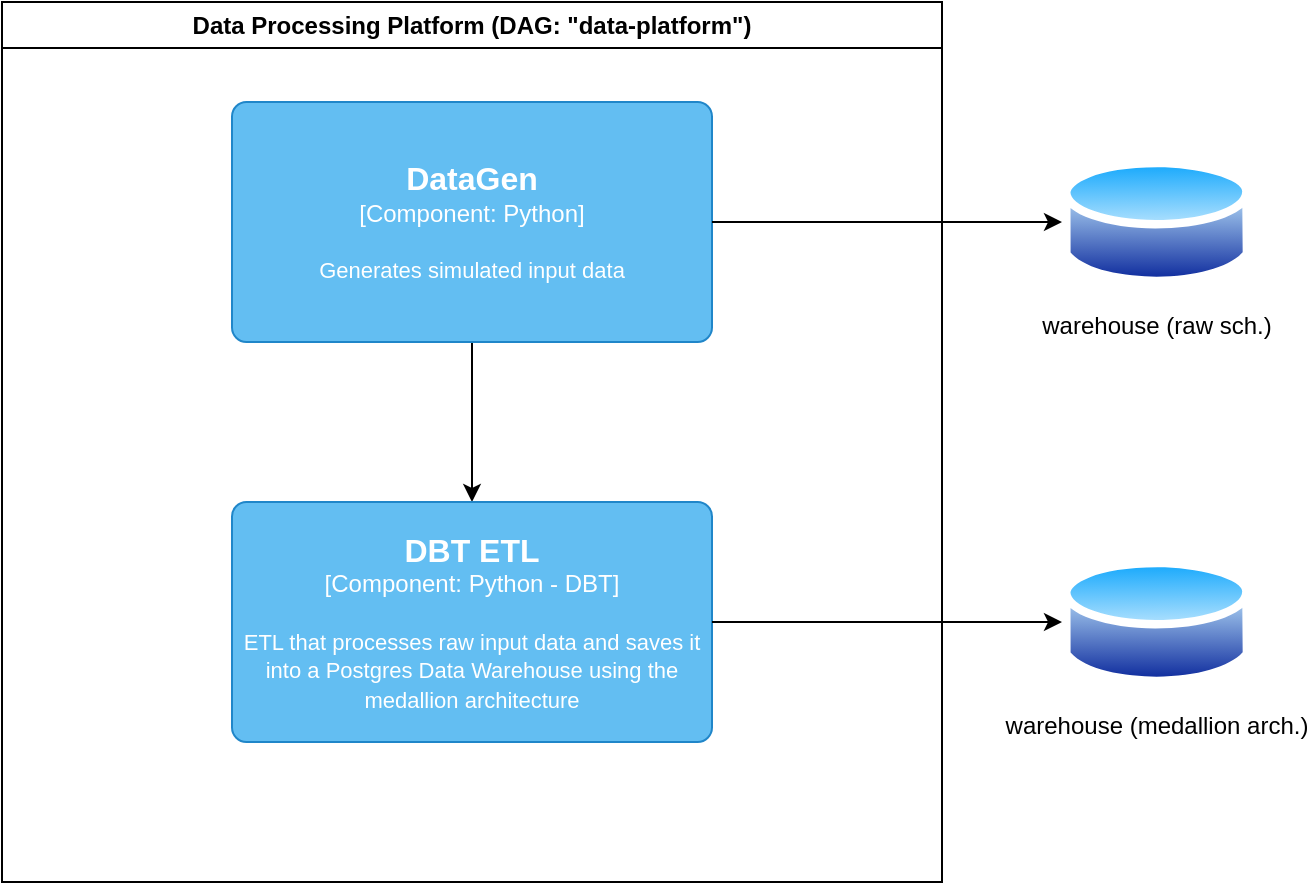
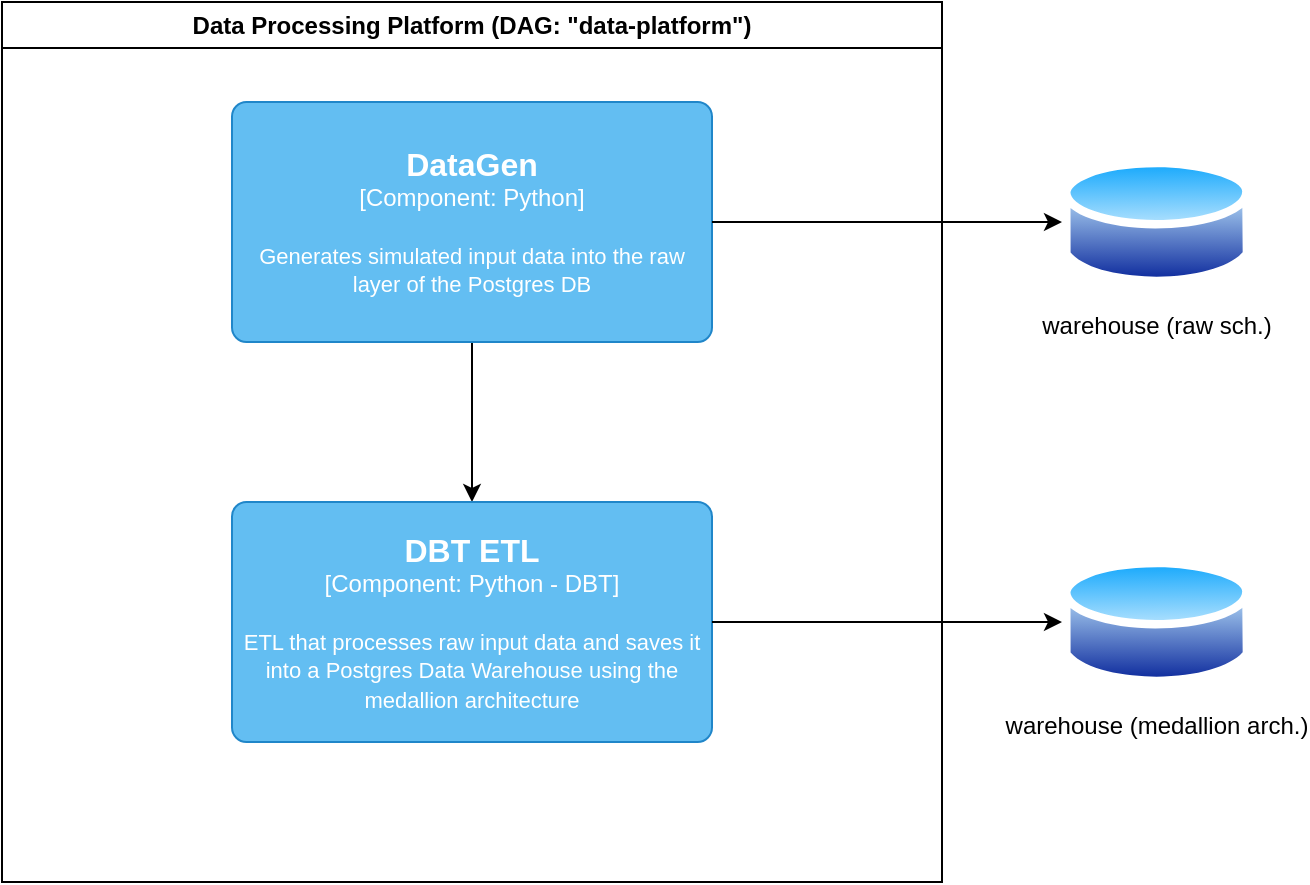
<mxfile host="65bd71144e">
    <diagram id="xYE2t8iVQX2xIOo_Cokw" name="Components">
        <mxGraphModel dx="606" dy="496" grid="1" gridSize="10" guides="1" tooltips="1" connect="1" arrows="1" fold="1" page="1" pageScale="1" pageWidth="850" pageHeight="1100" math="0" shadow="0">
            <root>
                <mxCell id="0"/>
                <mxCell id="1" parent="0"/>
                <mxCell id="3" value="Data Processing Platform (DAG: &quot;data-platform&quot;)" style="swimlane;whiteSpace=wrap;html=1;" parent="1" vertex="1">
                    <mxGeometry x="80" y="50" width="470" height="440" as="geometry"/>
                </mxCell>
-                 <mxCell id="5" style="edgeStyle=none;html=1;exitX=0.5;exitY=1;exitDx=0;exitDy=0;exitPerimeter=0;entryX=0.5;entryY=0;entryDx=0;entryDy=0;entryPerimeter=0;" edge="1" parent="3" source="2" target="4">
+                 <mxCell id="5" style="edgeStyle=none;html=1;exitX=0.5;exitY=1;exitDx=0;exitDy=0;exitPerimeter=0;entryX=0.5;entryY=0;entryDx=0;entryDy=0;entryPerimeter=0;" parent="3" source="2" target="4" edge="1">
                    <mxGeometry relative="1" as="geometry"/>
                </mxCell>
-                 <object placeholders="1" c4Name="DataGen" c4Type="Component" c4Technology="Python" c4Description="Generates simulated input data" label="&lt;font style=&quot;font-size: 16px&quot;&gt;&lt;b&gt;%c4Name%&lt;/b&gt;&lt;/font&gt;&lt;div&gt;[%c4Type%: %c4Technology%]&lt;/div&gt;&lt;br&gt;&lt;div&gt;&lt;font style=&quot;font-size: 11px&quot;&gt;%c4Description%&lt;/font&gt;&lt;/div&gt;" id="2">
+                 <object placeholders="1" c4Name="DataGen" c4Type="Component" c4Technology="Python" c4Description="Generates simulated input data into the raw layer of the Postgres DB" label="&lt;font style=&quot;font-size: 16px&quot;&gt;&lt;b&gt;%c4Name%&lt;/b&gt;&lt;/font&gt;&lt;div&gt;[%c4Type%: %c4Technology%]&lt;/div&gt;&lt;br&gt;&lt;div&gt;&lt;font style=&quot;font-size: 11px&quot;&gt;%c4Description%&lt;/font&gt;&lt;/div&gt;" id="2">
                    <mxCell style="rounded=1;whiteSpace=wrap;html=1;labelBackgroundColor=none;fillColor=#63BEF2;fontColor=#ffffff;align=center;arcSize=6;strokeColor=#2086C9;metaEdit=1;resizable=0;points=[[0.25,0,0],[0.5,0,0],[0.75,0,0],[1,0.25,0],[1,0.5,0],[1,0.75,0],[0.75,1,0],[0.5,1,0],[0.25,1,0],[0,0.75,0],[0,0.5,0],[0,0.25,0]];" parent="3" vertex="1">
                        <mxGeometry x="115" y="50" width="240" height="120" as="geometry"/>
                    </mxCell>
                </object>
                <object placeholders="1" c4Name="DBT ETL" c4Type="Component" c4Technology="Python - DBT" c4Description="ETL that processes raw input data and saves it into a Postgres Data Warehouse using the medallion architecture" label="&lt;font style=&quot;font-size: 16px&quot;&gt;&lt;b&gt;%c4Name%&lt;/b&gt;&lt;/font&gt;&lt;div&gt;[%c4Type%: %c4Technology%]&lt;/div&gt;&lt;br&gt;&lt;div&gt;&lt;font style=&quot;font-size: 11px&quot;&gt;%c4Description%&lt;/font&gt;&lt;/div&gt;" id="4">
                    <mxCell style="rounded=1;whiteSpace=wrap;html=1;labelBackgroundColor=none;fillColor=#63BEF2;fontColor=#ffffff;align=center;arcSize=6;strokeColor=#2086C9;metaEdit=1;resizable=0;points=[[0.25,0,0],[0.5,0,0],[0.75,0,0],[1,0.25,0],[1,0.5,0],[1,0.75,0],[0.75,1,0],[0.5,1,0],[0.25,1,0],[0,0.75,0],[0,0.5,0],[0,0.25,0]];" parent="3" vertex="1">
                        <mxGeometry x="115" y="250" width="240" height="120" as="geometry"/>
                    </mxCell>
                </object>
-                 <mxCell id="6" value="warehouse (medallion arch.)" style="aspect=fixed;perimeter=ellipsePerimeter;html=1;align=center;shadow=0;dashed=0;spacingTop=3;image;image=img/lib/active_directory/database.svg;" vertex="1" parent="1">
+                 <mxCell id="6" value="warehouse (medallion arch.)" style="aspect=fixed;perimeter=ellipsePerimeter;html=1;align=center;shadow=0;dashed=0;spacingTop=3;image;image=img/lib/active_directory/database.svg;" parent="1" vertex="1">
                    <mxGeometry x="610" y="325" width="94.59" height="70" as="geometry"/>
                </mxCell>
-                 <mxCell id="7" style="edgeStyle=none;html=1;exitX=1;exitY=0.5;exitDx=0;exitDy=0;exitPerimeter=0;entryX=0;entryY=0.5;entryDx=0;entryDy=0;" edge="1" parent="1" source="4" target="6">
+                 <mxCell id="7" style="edgeStyle=none;html=1;exitX=1;exitY=0.5;exitDx=0;exitDy=0;exitPerimeter=0;entryX=0;entryY=0.5;entryDx=0;entryDy=0;" parent="1" source="4" target="6" edge="1">
                    <mxGeometry relative="1" as="geometry"/>
                </mxCell>
-                 <mxCell id="9" value="warehouse (raw sch.)" style="aspect=fixed;perimeter=ellipsePerimeter;html=1;align=center;shadow=0;dashed=0;spacingTop=3;image;image=img/lib/active_directory/database.svg;" vertex="1" parent="1">
+                 <mxCell id="9" value="warehouse (raw sch.)" style="aspect=fixed;perimeter=ellipsePerimeter;html=1;align=center;shadow=0;dashed=0;spacingTop=3;image;image=img/lib/active_directory/database.svg;" parent="1" vertex="1">
                    <mxGeometry x="610" y="125" width="94.59" height="70" as="geometry"/>
                </mxCell>
-                 <mxCell id="12" style="edgeStyle=none;html=1;exitX=1;exitY=0.5;exitDx=0;exitDy=0;exitPerimeter=0;entryX=0;entryY=0.5;entryDx=0;entryDy=0;" edge="1" parent="1" source="2" target="9">
+                 <mxCell id="12" style="edgeStyle=none;html=1;exitX=1;exitY=0.5;exitDx=0;exitDy=0;exitPerimeter=0;entryX=0;entryY=0.5;entryDx=0;entryDy=0;" parent="1" source="2" target="9" edge="1">
                    <mxGeometry relative="1" as="geometry"/>
                </mxCell>
            </root>
        </mxGraphModel>
    </diagram>
    <diagram id="dlRddYenT5C0NCbDUq_K" name="Bronze">
-         <mxGraphModel dx="595" dy="496" grid="1" gridSize="10" guides="1" tooltips="1" connect="1" arrows="1" fold="1" page="1" pageScale="1" pageWidth="850" pageHeight="1100" math="0" shadow="0">
+         <mxGraphModel dx="866" dy="451" grid="1" gridSize="10" guides="1" tooltips="1" connect="1" arrows="1" fold="1" page="1" pageScale="1" pageWidth="850" pageHeight="1100" math="0" shadow="0">
            <root>
                <mxCell id="0"/>
                <mxCell id="1" parent="0"/>
                <mxCell id="EnvoA6NxCNI2YnVRdgfu-5" value="users" style="shape=table;startSize=30;container=1;collapsible=0;childLayout=tableLayout;fixedRows=1;rowLines=0;fontStyle=1;" parent="1" vertex="1">
                    <mxGeometry x="50" y="35" width="200" height="330" as="geometry"/>
                </mxCell>
                <mxCell id="EnvoA6NxCNI2YnVRdgfu-6" value="" style="shape=tableRow;horizontal=0;startSize=0;swimlaneHead=0;swimlaneBody=0;top=0;left=0;bottom=0;right=0;collapsible=0;dropTarget=0;fillColor=none;points=[[0,0.5],[1,0.5]];portConstraint=eastwest;" parent="EnvoA6NxCNI2YnVRdgfu-5" vertex="1">
                    <mxGeometry y="30" width="200" height="30" as="geometry"/>
                </mxCell>
                <mxCell id="EnvoA6NxCNI2YnVRdgfu-7" value="PK" style="shape=partialRectangle;html=1;whiteSpace=wrap;connectable=0;fillColor=none;top=0;left=0;bottom=0;right=0;overflow=hidden;pointerEvents=1;" parent="EnvoA6NxCNI2YnVRdgfu-6" vertex="1">
                    <mxGeometry width="44" height="30" as="geometry">
                        <mxRectangle width="44" height="30" as="alternateBounds"/>
                    </mxGeometry>
                </mxCell>
                <mxCell id="EnvoA6NxCNI2YnVRdgfu-8" value="user_id: SERIAL" style="shape=partialRectangle;html=1;whiteSpace=wrap;connectable=0;fillColor=none;top=0;left=0;bottom=0;right=0;align=left;spacingLeft=6;overflow=hidden;fontStyle=1" parent="EnvoA6NxCNI2YnVRdgfu-6" vertex="1">
                    <mxGeometry x="44" width="156" height="30" as="geometry">
                        <mxRectangle width="156" height="30" as="alternateBounds"/>
                    </mxGeometry>
                </mxCell>
                <mxCell id="EnvoA6NxCNI2YnVRdgfu-9" value="" style="shape=tableRow;horizontal=0;startSize=0;swimlaneHead=0;swimlaneBody=0;top=0;left=0;bottom=0;right=0;collapsible=0;dropTarget=0;fillColor=none;points=[[0,0.5],[1,0.5]];portConstraint=eastwest;" parent="EnvoA6NxCNI2YnVRdgfu-5" vertex="1">
                    <mxGeometry y="60" width="200" height="30" as="geometry"/>
                </mxCell>
                <mxCell id="EnvoA6NxCNI2YnVRdgfu-10" value="" style="shape=partialRectangle;html=1;whiteSpace=wrap;connectable=0;fillColor=none;top=0;left=0;bottom=0;right=0;overflow=hidden;" parent="EnvoA6NxCNI2YnVRdgfu-9" vertex="1">
                    <mxGeometry width="44" height="30" as="geometry">
                        <mxRectangle width="44" height="30" as="alternateBounds"/>
                    </mxGeometry>
                </mxCell>
                <mxCell id="EnvoA6NxCNI2YnVRdgfu-11" value="full_name: VARCHAR" style="shape=partialRectangle;html=1;whiteSpace=wrap;connectable=0;fillColor=none;top=0;left=0;bottom=0;right=0;align=left;spacingLeft=6;overflow=hidden;" parent="EnvoA6NxCNI2YnVRdgfu-9" vertex="1">
                    <mxGeometry x="44" width="156" height="30" as="geometry">
                        <mxRectangle width="156" height="30" as="alternateBounds"/>
                    </mxGeometry>
                </mxCell>
                <mxCell id="EnvoA6NxCNI2YnVRdgfu-40" value="" style="shape=tableRow;horizontal=0;startSize=0;swimlaneHead=0;swimlaneBody=0;top=0;left=0;bottom=0;right=0;collapsible=0;dropTarget=0;fillColor=none;points=[[0,0.5],[1,0.5]];portConstraint=eastwest;" parent="EnvoA6NxCNI2YnVRdgfu-5" vertex="1">
                    <mxGeometry y="90" width="200" height="30" as="geometry"/>
                </mxCell>
                <mxCell id="EnvoA6NxCNI2YnVRdgfu-41" value="" style="shape=partialRectangle;html=1;whiteSpace=wrap;connectable=0;fillColor=none;top=0;left=0;bottom=0;right=0;overflow=hidden;" parent="EnvoA6NxCNI2YnVRdgfu-40" vertex="1">
                    <mxGeometry width="44" height="30" as="geometry">
                        <mxRectangle width="44" height="30" as="alternateBounds"/>
                    </mxGeometry>
                </mxCell>
                <mxCell id="EnvoA6NxCNI2YnVRdgfu-42" value="address: VARCHAR" style="shape=partialRectangle;html=1;whiteSpace=wrap;connectable=0;fillColor=none;top=0;left=0;bottom=0;right=0;align=left;spacingLeft=6;overflow=hidden;" parent="EnvoA6NxCNI2YnVRdgfu-40" vertex="1">
                    <mxGeometry x="44" width="156" height="30" as="geometry">
                        <mxRectangle width="156" height="30" as="alternateBounds"/>
                    </mxGeometry>
                </mxCell>
                <mxCell id="iwA-QdRS2liRwgP0JRse-1" value="" style="shape=tableRow;horizontal=0;startSize=0;swimlaneHead=0;swimlaneBody=0;top=0;left=0;bottom=0;right=0;collapsible=0;dropTarget=0;fillColor=none;points=[[0,0.5],[1,0.5]];portConstraint=eastwest;" parent="EnvoA6NxCNI2YnVRdgfu-5" vertex="1">
                    <mxGeometry y="120" width="200" height="30" as="geometry"/>
                </mxCell>
                <mxCell id="iwA-QdRS2liRwgP0JRse-2" value="" style="shape=partialRectangle;html=1;whiteSpace=wrap;connectable=0;fillColor=none;top=0;left=0;bottom=0;right=0;overflow=hidden;" parent="iwA-QdRS2liRwgP0JRse-1" vertex="1">
                    <mxGeometry width="44" height="30" as="geometry">
                        <mxRectangle width="44" height="30" as="alternateBounds"/>
                    </mxGeometry>
                </mxCell>
                <mxCell id="iwA-QdRS2liRwgP0JRse-3" value="city: VARCHAR" style="shape=partialRectangle;html=1;whiteSpace=wrap;connectable=0;fillColor=none;top=0;left=0;bottom=0;right=0;align=left;spacingLeft=6;overflow=hidden;" parent="iwA-QdRS2liRwgP0JRse-1" vertex="1">
                    <mxGeometry x="44" width="156" height="30" as="geometry">
                        <mxRectangle width="156" height="30" as="alternateBounds"/>
                    </mxGeometry>
                </mxCell>
                <mxCell id="iwA-QdRS2liRwgP0JRse-4" value="" style="shape=tableRow;horizontal=0;startSize=0;swimlaneHead=0;swimlaneBody=0;top=0;left=0;bottom=0;right=0;collapsible=0;dropTarget=0;fillColor=none;points=[[0,0.5],[1,0.5]];portConstraint=eastwest;" parent="EnvoA6NxCNI2YnVRdgfu-5" vertex="1">
                    <mxGeometry y="150" width="200" height="30" as="geometry"/>
                </mxCell>
                <mxCell id="iwA-QdRS2liRwgP0JRse-5" value="" style="shape=partialRectangle;html=1;whiteSpace=wrap;connectable=0;fillColor=none;top=0;left=0;bottom=0;right=0;overflow=hidden;" parent="iwA-QdRS2liRwgP0JRse-4" vertex="1">
                    <mxGeometry width="44" height="30" as="geometry">
                        <mxRectangle width="44" height="30" as="alternateBounds"/>
                    </mxGeometry>
                </mxCell>
                <mxCell id="iwA-QdRS2liRwgP0JRse-6" value="state: VARCHAR" style="shape=partialRectangle;html=1;whiteSpace=wrap;connectable=0;fillColor=none;top=0;left=0;bottom=0;right=0;align=left;spacingLeft=6;overflow=hidden;" parent="iwA-QdRS2liRwgP0JRse-4" vertex="1">
                    <mxGeometry x="44" width="156" height="30" as="geometry">
                        <mxRectangle width="156" height="30" as="alternateBounds"/>
                    </mxGeometry>
                </mxCell>
                <mxCell id="EnvoA6NxCNI2YnVRdgfu-34" value="" style="shape=tableRow;horizontal=0;startSize=0;swimlaneHead=0;swimlaneBody=0;top=0;left=0;bottom=0;right=0;collapsible=0;dropTarget=0;fillColor=none;points=[[0,0.5],[1,0.5]];portConstraint=eastwest;" parent="EnvoA6NxCNI2YnVRdgfu-5" vertex="1">
                    <mxGeometry y="180" width="200" height="30" as="geometry"/>
                </mxCell>
                <mxCell id="EnvoA6NxCNI2YnVRdgfu-35" value="" style="shape=partialRectangle;html=1;whiteSpace=wrap;connectable=0;fillColor=none;top=0;left=0;bottom=0;right=0;overflow=hidden;" parent="EnvoA6NxCNI2YnVRdgfu-34" vertex="1">
                    <mxGeometry width="44" height="30" as="geometry">
                        <mxRectangle width="44" height="30" as="alternateBounds"/>
                    </mxGeometry>
                </mxCell>
                <mxCell id="EnvoA6NxCNI2YnVRdgfu-36" value="country: VARCHAR" style="shape=partialRectangle;html=1;whiteSpace=wrap;connectable=0;fillColor=none;top=0;left=0;bottom=0;right=0;align=left;spacingLeft=6;overflow=hidden;" parent="EnvoA6NxCNI2YnVRdgfu-34" vertex="1">
                    <mxGeometry x="44" width="156" height="30" as="geometry">
                        <mxRectangle width="156" height="30" as="alternateBounds"/>
                    </mxGeometry>
                </mxCell>
                <mxCell id="EnvoA6NxCNI2YnVRdgfu-12" value="" style="shape=tableRow;horizontal=0;startSize=0;swimlaneHead=0;swimlaneBody=0;top=0;left=0;bottom=0;right=0;collapsible=0;dropTarget=0;fillColor=none;points=[[0,0.5],[1,0.5]];portConstraint=eastwest;" parent="EnvoA6NxCNI2YnVRdgfu-5" vertex="1">
                    <mxGeometry y="210" width="200" height="30" as="geometry"/>
                </mxCell>
                <mxCell id="EnvoA6NxCNI2YnVRdgfu-13" value="" style="shape=partialRectangle;html=1;whiteSpace=wrap;connectable=0;fillColor=none;top=0;left=0;bottom=0;right=0;overflow=hidden;" parent="EnvoA6NxCNI2YnVRdgfu-12" vertex="1">
                    <mxGeometry width="44" height="30" as="geometry">
                        <mxRectangle width="44" height="30" as="alternateBounds"/>
                    </mxGeometry>
                </mxCell>
                <mxCell id="EnvoA6NxCNI2YnVRdgfu-14" value="credit_limit: FLOAT" style="shape=partialRectangle;html=1;whiteSpace=wrap;connectable=0;fillColor=none;top=0;left=0;bottom=0;right=0;align=left;spacingLeft=6;overflow=hidden;" parent="EnvoA6NxCNI2YnVRdgfu-12" vertex="1">
                    <mxGeometry x="44" width="156" height="30" as="geometry">
                        <mxRectangle width="156" height="30" as="alternateBounds"/>
                    </mxGeometry>
                </mxCell>
                <mxCell id="EnvoA6NxCNI2YnVRdgfu-15" value="" style="shape=tableRow;horizontal=0;startSize=0;swimlaneHead=0;swimlaneBody=0;top=0;left=0;bottom=0;right=0;collapsible=0;dropTarget=0;fillColor=none;points=[[0,0.5],[1,0.5]];portConstraint=eastwest;" parent="EnvoA6NxCNI2YnVRdgfu-5" vertex="1">
                    <mxGeometry y="240" width="200" height="30" as="geometry"/>
                </mxCell>
                <mxCell id="EnvoA6NxCNI2YnVRdgfu-16" value="" style="shape=partialRectangle;html=1;whiteSpace=wrap;connectable=0;fillColor=none;top=0;left=0;bottom=0;right=0;overflow=hidden;" parent="EnvoA6NxCNI2YnVRdgfu-15" vertex="1">
                    <mxGeometry width="44" height="30" as="geometry">
                        <mxRectangle width="44" height="30" as="alternateBounds"/>
                    </mxGeometry>
                </mxCell>
                <mxCell id="EnvoA6NxCNI2YnVRdgfu-17" value="risk_score: FLOAT" style="shape=partialRectangle;html=1;whiteSpace=wrap;connectable=0;fillColor=none;top=0;left=0;bottom=0;right=0;align=left;spacingLeft=6;overflow=hidden;" parent="EnvoA6NxCNI2YnVRdgfu-15" vertex="1">
                    <mxGeometry x="44" width="156" height="30" as="geometry">
                        <mxRectangle width="156" height="30" as="alternateBounds"/>
                    </mxGeometry>
                </mxCell>
                <mxCell id="EnvoA6NxCNI2YnVRdgfu-31" value="" style="shape=tableRow;horizontal=0;startSize=0;swimlaneHead=0;swimlaneBody=0;top=0;left=0;bottom=0;right=0;collapsible=0;dropTarget=0;fillColor=none;points=[[0,0.5],[1,0.5]];portConstraint=eastwest;" parent="EnvoA6NxCNI2YnVRdgfu-5" vertex="1">
                    <mxGeometry y="270" width="200" height="30" as="geometry"/>
                </mxCell>
                <mxCell id="EnvoA6NxCNI2YnVRdgfu-32" value="" style="shape=partialRectangle;html=1;whiteSpace=wrap;connectable=0;fillColor=none;top=0;left=0;bottom=0;right=0;overflow=hidden;" parent="EnvoA6NxCNI2YnVRdgfu-31" vertex="1">
                    <mxGeometry width="44" height="30" as="geometry">
                        <mxRectangle width="44" height="30" as="alternateBounds"/>
                    </mxGeometry>
                </mxCell>
                <mxCell id="EnvoA6NxCNI2YnVRdgfu-33" value="created_at: TIMESTAMP" style="shape=partialRectangle;html=1;whiteSpace=wrap;connectable=0;fillColor=none;top=0;left=0;bottom=0;right=0;align=left;spacingLeft=6;overflow=hidden;" parent="EnvoA6NxCNI2YnVRdgfu-31" vertex="1">
                    <mxGeometry x="44" width="156" height="30" as="geometry">
                        <mxRectangle width="156" height="30" as="alternateBounds"/>
                    </mxGeometry>
                </mxCell>
                <mxCell id="EnvoA6NxCNI2YnVRdgfu-148" value="" style="shape=tableRow;horizontal=0;startSize=0;swimlaneHead=0;swimlaneBody=0;top=0;left=0;bottom=0;right=0;collapsible=0;dropTarget=0;fillColor=none;points=[[0,0.5],[1,0.5]];portConstraint=eastwest;" parent="EnvoA6NxCNI2YnVRdgfu-5" vertex="1">
                    <mxGeometry y="300" width="200" height="30" as="geometry"/>
                </mxCell>
                <mxCell id="EnvoA6NxCNI2YnVRdgfu-149" value="" style="shape=partialRectangle;html=1;whiteSpace=wrap;connectable=0;fillColor=none;top=0;left=0;bottom=0;right=0;overflow=hidden;" parent="EnvoA6NxCNI2YnVRdgfu-148" vertex="1">
                    <mxGeometry width="44" height="30" as="geometry">
                        <mxRectangle width="44" height="30" as="alternateBounds"/>
                    </mxGeometry>
                </mxCell>
                <mxCell id="EnvoA6NxCNI2YnVRdgfu-150" value="updated_at: TIMESTAMP" style="shape=partialRectangle;html=1;whiteSpace=wrap;connectable=0;fillColor=none;top=0;left=0;bottom=0;right=0;align=left;spacingLeft=6;overflow=hidden;" parent="EnvoA6NxCNI2YnVRdgfu-148" vertex="1">
                    <mxGeometry x="44" width="156" height="30" as="geometry">
                        <mxRectangle width="156" height="30" as="alternateBounds"/>
                    </mxGeometry>
                </mxCell>
                <mxCell id="EnvoA6NxCNI2YnVRdgfu-18" value="purchases" style="shape=table;startSize=30;container=1;collapsible=0;childLayout=tableLayout;fixedRows=1;rowLines=0;fontStyle=1;" parent="1" vertex="1">
-                     <mxGeometry x="425" y="80" width="210" height="300" as="geometry"/>
+                     <mxGeometry x="440" y="60" width="210" height="330" as="geometry"/>
                </mxCell>
                <mxCell id="EnvoA6NxCNI2YnVRdgfu-19" value="" style="shape=tableRow;horizontal=0;startSize=0;swimlaneHead=0;swimlaneBody=0;top=0;left=0;bottom=0;right=0;collapsible=0;dropTarget=0;fillColor=none;points=[[0,0.5],[1,0.5]];portConstraint=eastwest;" parent="EnvoA6NxCNI2YnVRdgfu-18" vertex="1">
                    <mxGeometry y="30" width="210" height="30" as="geometry"/>
                </mxCell>
                <mxCell id="EnvoA6NxCNI2YnVRdgfu-20" value="PK" style="shape=partialRectangle;html=1;whiteSpace=wrap;connectable=0;fillColor=none;top=0;left=0;bottom=0;right=0;overflow=hidden;pointerEvents=1;" parent="EnvoA6NxCNI2YnVRdgfu-19" vertex="1">
                    <mxGeometry width="47" height="30" as="geometry">
                        <mxRectangle width="47" height="30" as="alternateBounds"/>
                    </mxGeometry>
                </mxCell>
                <mxCell id="EnvoA6NxCNI2YnVRdgfu-21" value="purchase_id: SERIAL" style="shape=partialRectangle;html=1;whiteSpace=wrap;connectable=0;fillColor=none;top=0;left=0;bottom=0;right=0;align=left;spacingLeft=6;overflow=hidden;fontStyle=1" parent="EnvoA6NxCNI2YnVRdgfu-19" vertex="1">
                    <mxGeometry x="47" width="163" height="30" as="geometry">
                        <mxRectangle width="163" height="30" as="alternateBounds"/>
                    </mxGeometry>
                </mxCell>
                <mxCell id="EnvoA6NxCNI2YnVRdgfu-22" value="" style="shape=tableRow;horizontal=0;startSize=0;swimlaneHead=0;swimlaneBody=0;top=0;left=0;bottom=0;right=0;collapsible=0;dropTarget=0;fillColor=none;points=[[0,0.5],[1,0.5]];portConstraint=eastwest;" parent="EnvoA6NxCNI2YnVRdgfu-18" vertex="1">
                    <mxGeometry y="60" width="210" height="30" as="geometry"/>
                </mxCell>
                <mxCell id="EnvoA6NxCNI2YnVRdgfu-23" value="FK" style="shape=partialRectangle;html=1;whiteSpace=wrap;connectable=0;fillColor=none;top=0;left=0;bottom=0;right=0;overflow=hidden;" parent="EnvoA6NxCNI2YnVRdgfu-22" vertex="1">
                    <mxGeometry width="47" height="30" as="geometry">
                        <mxRectangle width="47" height="30" as="alternateBounds"/>
                    </mxGeometry>
                </mxCell>
                <mxCell id="EnvoA6NxCNI2YnVRdgfu-24" value="&lt;u&gt;user_id&lt;/u&gt;: INT" style="shape=partialRectangle;html=1;whiteSpace=wrap;connectable=0;fillColor=none;top=0;left=0;bottom=0;right=0;align=left;spacingLeft=6;overflow=hidden;" parent="EnvoA6NxCNI2YnVRdgfu-22" vertex="1">
                    <mxGeometry x="47" width="163" height="30" as="geometry">
                        <mxRectangle width="163" height="30" as="alternateBounds"/>
                    </mxGeometry>
                </mxCell>
                <mxCell id="EnvoA6NxCNI2YnVRdgfu-25" value="" style="shape=tableRow;horizontal=0;startSize=0;swimlaneHead=0;swimlaneBody=0;top=0;left=0;bottom=0;right=0;collapsible=0;dropTarget=0;fillColor=none;points=[[0,0.5],[1,0.5]];portConstraint=eastwest;" parent="EnvoA6NxCNI2YnVRdgfu-18" vertex="1">
                    <mxGeometry y="90" width="210" height="30" as="geometry"/>
                </mxCell>
                <mxCell id="EnvoA6NxCNI2YnVRdgfu-26" value="FK" style="shape=partialRectangle;html=1;whiteSpace=wrap;connectable=0;fillColor=none;top=0;left=0;bottom=0;right=0;overflow=hidden;" parent="EnvoA6NxCNI2YnVRdgfu-25" vertex="1">
                    <mxGeometry width="47" height="30" as="geometry">
                        <mxRectangle width="47" height="30" as="alternateBounds"/>
                    </mxGeometry>
                </mxCell>
                <mxCell id="EnvoA6NxCNI2YnVRdgfu-27" value="&lt;u&gt;merchant_id&lt;/u&gt;: INT" style="shape=partialRectangle;html=1;whiteSpace=wrap;connectable=0;fillColor=none;top=0;left=0;bottom=0;right=0;align=left;spacingLeft=6;overflow=hidden;" parent="EnvoA6NxCNI2YnVRdgfu-25" vertex="1">
                    <mxGeometry x="47" width="163" height="30" as="geometry">
                        <mxRectangle width="163" height="30" as="alternateBounds"/>
                    </mxGeometry>
                </mxCell>
                <mxCell id="EnvoA6NxCNI2YnVRdgfu-28" value="" style="shape=tableRow;horizontal=0;startSize=0;swimlaneHead=0;swimlaneBody=0;top=0;left=0;bottom=0;right=0;collapsible=0;dropTarget=0;fillColor=none;points=[[0,0.5],[1,0.5]];portConstraint=eastwest;" parent="EnvoA6NxCNI2YnVRdgfu-18" vertex="1">
                    <mxGeometry y="120" width="210" height="30" as="geometry"/>
                </mxCell>
                <mxCell id="EnvoA6NxCNI2YnVRdgfu-29" value="" style="shape=partialRectangle;html=1;whiteSpace=wrap;connectable=0;fillColor=none;top=0;left=0;bottom=0;right=0;overflow=hidden;" parent="EnvoA6NxCNI2YnVRdgfu-28" vertex="1">
                    <mxGeometry width="47" height="30" as="geometry">
                        <mxRectangle width="47" height="30" as="alternateBounds"/>
                    </mxGeometry>
                </mxCell>
                <mxCell id="EnvoA6NxCNI2YnVRdgfu-30" value="product_id: INT" style="shape=partialRectangle;html=1;whiteSpace=wrap;connectable=0;fillColor=none;top=0;left=0;bottom=0;right=0;align=left;spacingLeft=6;overflow=hidden;" parent="EnvoA6NxCNI2YnVRdgfu-28" vertex="1">
                    <mxGeometry x="47" width="163" height="30" as="geometry">
                        <mxRectangle width="163" height="30" as="alternateBounds"/>
                    </mxGeometry>
                </mxCell>
                <mxCell id="EnvoA6NxCNI2YnVRdgfu-96" value="" style="shape=tableRow;horizontal=0;startSize=0;swimlaneHead=0;swimlaneBody=0;top=0;left=0;bottom=0;right=0;collapsible=0;dropTarget=0;fillColor=none;points=[[0,0.5],[1,0.5]];portConstraint=eastwest;" parent="EnvoA6NxCNI2YnVRdgfu-18" vertex="1">
                    <mxGeometry y="150" width="210" height="30" as="geometry"/>
                </mxCell>
                <mxCell id="EnvoA6NxCNI2YnVRdgfu-97" value="" style="shape=partialRectangle;html=1;whiteSpace=wrap;connectable=0;fillColor=none;top=0;left=0;bottom=0;right=0;overflow=hidden;" parent="EnvoA6NxCNI2YnVRdgfu-96" vertex="1">
                    <mxGeometry width="47" height="30" as="geometry">
                        <mxRectangle width="47" height="30" as="alternateBounds"/>
                    </mxGeometry>
                </mxCell>
                <mxCell id="EnvoA6NxCNI2YnVRdgfu-98" value="product_name: VARCHAR" style="shape=partialRectangle;html=1;whiteSpace=wrap;connectable=0;fillColor=none;top=0;left=0;bottom=0;right=0;align=left;spacingLeft=6;overflow=hidden;" parent="EnvoA6NxCNI2YnVRdgfu-96" vertex="1">
                    <mxGeometry x="47" width="163" height="30" as="geometry">
                        <mxRectangle width="163" height="30" as="alternateBounds"/>
                    </mxGeometry>
                </mxCell>
                <mxCell id="EnvoA6NxCNI2YnVRdgfu-99" value="" style="shape=tableRow;horizontal=0;startSize=0;swimlaneHead=0;swimlaneBody=0;top=0;left=0;bottom=0;right=0;collapsible=0;dropTarget=0;fillColor=none;points=[[0,0.5],[1,0.5]];portConstraint=eastwest;" parent="EnvoA6NxCNI2YnVRdgfu-18" vertex="1">
                    <mxGeometry y="180" width="210" height="30" as="geometry"/>
                </mxCell>
                <mxCell id="EnvoA6NxCNI2YnVRdgfu-100" value="" style="shape=partialRectangle;html=1;whiteSpace=wrap;connectable=0;fillColor=none;top=0;left=0;bottom=0;right=0;overflow=hidden;" parent="EnvoA6NxCNI2YnVRdgfu-99" vertex="1">
                    <mxGeometry width="47" height="30" as="geometry">
                        <mxRectangle width="47" height="30" as="alternateBounds"/>
                    </mxGeometry>
                </mxCell>
                <mxCell id="EnvoA6NxCNI2YnVRdgfu-101" value="purchase_value: FLOAT" style="shape=partialRectangle;html=1;whiteSpace=wrap;connectable=0;fillColor=none;top=0;left=0;bottom=0;right=0;align=left;spacingLeft=6;overflow=hidden;" parent="EnvoA6NxCNI2YnVRdgfu-99" vertex="1">
                    <mxGeometry x="47" width="163" height="30" as="geometry">
                        <mxRectangle width="163" height="30" as="alternateBounds"/>
                    </mxGeometry>
                </mxCell>
                <mxCell id="EnvoA6NxCNI2YnVRdgfu-102" value="" style="shape=tableRow;horizontal=0;startSize=0;swimlaneHead=0;swimlaneBody=0;top=0;left=0;bottom=0;right=0;collapsible=0;dropTarget=0;fillColor=none;points=[[0,0.5],[1,0.5]];portConstraint=eastwest;" parent="EnvoA6NxCNI2YnVRdgfu-18" vertex="1">
                    <mxGeometry y="210" width="210" height="30" as="geometry"/>
                </mxCell>
                <mxCell id="EnvoA6NxCNI2YnVRdgfu-103" value="" style="shape=partialRectangle;html=1;whiteSpace=wrap;connectable=0;fillColor=none;top=0;left=0;bottom=0;right=0;overflow=hidden;" parent="EnvoA6NxCNI2YnVRdgfu-102" vertex="1">
                    <mxGeometry width="47" height="30" as="geometry">
                        <mxRectangle width="47" height="30" as="alternateBounds"/>
                    </mxGeometry>
                </mxCell>
                <mxCell id="EnvoA6NxCNI2YnVRdgfu-104" value="currency_code: VARCHAR" style="shape=partialRectangle;html=1;whiteSpace=wrap;connectable=0;fillColor=none;top=0;left=0;bottom=0;right=0;align=left;spacingLeft=6;overflow=hidden;" parent="EnvoA6NxCNI2YnVRdgfu-102" vertex="1">
                    <mxGeometry x="47" width="163" height="30" as="geometry">
                        <mxRectangle width="163" height="30" as="alternateBounds"/>
                    </mxGeometry>
                </mxCell>
-                 <mxCell id="1nZcA1wN6kb1lDq_q75q-1" value="" style="shape=tableRow;horizontal=0;startSize=0;swimlaneHead=0;swimlaneBody=0;top=0;left=0;bottom=0;right=0;collapsible=0;dropTarget=0;fillColor=none;points=[[0,0.5],[1,0.5]];portConstraint=eastwest;" vertex="1" parent="EnvoA6NxCNI2YnVRdgfu-18">
+                 <mxCell id="vI-kwpoqDT0FaLaUagnQ-1" value="" style="shape=tableRow;horizontal=0;startSize=0;swimlaneHead=0;swimlaneBody=0;top=0;left=0;bottom=0;right=0;collapsible=0;dropTarget=0;fillColor=none;points=[[0,0.5],[1,0.5]];portConstraint=eastwest;" vertex="1" parent="EnvoA6NxCNI2YnVRdgfu-18">
                    <mxGeometry y="240" width="210" height="30" as="geometry"/>
                </mxCell>
-                 <mxCell id="1nZcA1wN6kb1lDq_q75q-2" value="" style="shape=partialRectangle;html=1;whiteSpace=wrap;connectable=0;fillColor=none;top=0;left=0;bottom=0;right=0;overflow=hidden;" vertex="1" parent="1nZcA1wN6kb1lDq_q75q-1">
-                     <mxGeometry width="47" height="30" as="geometry">
-                         <mxRectangle width="47" height="30" as="alternateBounds"/>
-                     </mxGeometry>
-                 </mxCell>
-                 <mxCell id="1nZcA1wN6kb1lDq_q75q-3" value="created_at: TIMESTAMP" style="shape=partialRectangle;html=1;whiteSpace=wrap;connectable=0;fillColor=none;top=0;left=0;bottom=0;right=0;align=left;spacingLeft=6;overflow=hidden;" vertex="1" parent="1nZcA1wN6kb1lDq_q75q-1">
-                     <mxGeometry x="47" width="163" height="30" as="geometry">
-                         <mxRectangle width="163" height="30" as="alternateBounds"/>
-                     </mxGeometry>
-                 </mxCell>
-                 <mxCell id="1nZcA1wN6kb1lDq_q75q-4" value="" style="shape=tableRow;horizontal=0;startSize=0;swimlaneHead=0;swimlaneBody=0;top=0;left=0;bottom=0;right=0;collapsible=0;dropTarget=0;fillColor=none;points=[[0,0.5],[1,0.5]];portConstraint=eastwest;" vertex="1" parent="EnvoA6NxCNI2YnVRdgfu-18">
+                 <mxCell id="vI-kwpoqDT0FaLaUagnQ-2" value="" style="shape=partialRectangle;html=1;whiteSpace=wrap;connectable=0;fillColor=none;top=0;left=0;bottom=0;right=0;overflow=hidden;" vertex="1" parent="vI-kwpoqDT0FaLaUagnQ-1">
+                     <mxGeometry width="47" height="30" as="geometry">
+                         <mxRectangle width="47" height="30" as="alternateBounds"/>
+                     </mxGeometry>
+                 </mxCell>
+                 <mxCell id="vI-kwpoqDT0FaLaUagnQ-3" value="purchase_date: DATE" style="shape=partialRectangle;html=1;whiteSpace=wrap;connectable=0;fillColor=none;top=0;left=0;bottom=0;right=0;align=left;spacingLeft=6;overflow=hidden;" vertex="1" parent="vI-kwpoqDT0FaLaUagnQ-1">
+                     <mxGeometry x="47" width="163" height="30" as="geometry">
+                         <mxRectangle width="163" height="30" as="alternateBounds"/>
+                     </mxGeometry>
+                 </mxCell>
+                 <mxCell id="1nZcA1wN6kb1lDq_q75q-1" value="" style="shape=tableRow;horizontal=0;startSize=0;swimlaneHead=0;swimlaneBody=0;top=0;left=0;bottom=0;right=0;collapsible=0;dropTarget=0;fillColor=none;points=[[0,0.5],[1,0.5]];portConstraint=eastwest;" parent="EnvoA6NxCNI2YnVRdgfu-18" vertex="1">
                    <mxGeometry y="270" width="210" height="30" as="geometry"/>
                </mxCell>
-                 <mxCell id="1nZcA1wN6kb1lDq_q75q-5" value="" style="shape=partialRectangle;html=1;whiteSpace=wrap;connectable=0;fillColor=none;top=0;left=0;bottom=0;right=0;overflow=hidden;" vertex="1" parent="1nZcA1wN6kb1lDq_q75q-4">
-                     <mxGeometry width="47" height="30" as="geometry">
-                         <mxRectangle width="47" height="30" as="alternateBounds"/>
-                     </mxGeometry>
-                 </mxCell>
-                 <mxCell id="1nZcA1wN6kb1lDq_q75q-6" value="updated_at: TIMESTAMP" style="shape=partialRectangle;html=1;whiteSpace=wrap;connectable=0;fillColor=none;top=0;left=0;bottom=0;right=0;align=left;spacingLeft=6;overflow=hidden;" vertex="1" parent="1nZcA1wN6kb1lDq_q75q-4">
+                 <mxCell id="1nZcA1wN6kb1lDq_q75q-2" value="" style="shape=partialRectangle;html=1;whiteSpace=wrap;connectable=0;fillColor=none;top=0;left=0;bottom=0;right=0;overflow=hidden;" parent="1nZcA1wN6kb1lDq_q75q-1" vertex="1">
+                     <mxGeometry width="47" height="30" as="geometry">
+                         <mxRectangle width="47" height="30" as="alternateBounds"/>
+                     </mxGeometry>
+                 </mxCell>
+                 <mxCell id="1nZcA1wN6kb1lDq_q75q-3" value="created_at: TIMESTAMP" style="shape=partialRectangle;html=1;whiteSpace=wrap;connectable=0;fillColor=none;top=0;left=0;bottom=0;right=0;align=left;spacingLeft=6;overflow=hidden;" parent="1nZcA1wN6kb1lDq_q75q-1" vertex="1">
+                     <mxGeometry x="47" width="163" height="30" as="geometry">
+                         <mxRectangle width="163" height="30" as="alternateBounds"/>
+                     </mxGeometry>
+                 </mxCell>
+                 <mxCell id="1nZcA1wN6kb1lDq_q75q-4" value="" style="shape=tableRow;horizontal=0;startSize=0;swimlaneHead=0;swimlaneBody=0;top=0;left=0;bottom=0;right=0;collapsible=0;dropTarget=0;fillColor=none;points=[[0,0.5],[1,0.5]];portConstraint=eastwest;" parent="EnvoA6NxCNI2YnVRdgfu-18" vertex="1">
+                     <mxGeometry y="300" width="210" height="30" as="geometry"/>
+                 </mxCell>
+                 <mxCell id="1nZcA1wN6kb1lDq_q75q-5" value="" style="shape=partialRectangle;html=1;whiteSpace=wrap;connectable=0;fillColor=none;top=0;left=0;bottom=0;right=0;overflow=hidden;" parent="1nZcA1wN6kb1lDq_q75q-4" vertex="1">
+                     <mxGeometry width="47" height="30" as="geometry">
+                         <mxRectangle width="47" height="30" as="alternateBounds"/>
+                     </mxGeometry>
+                 </mxCell>
+                 <mxCell id="1nZcA1wN6kb1lDq_q75q-6" value="updated_at: TIMESTAMP" style="shape=partialRectangle;html=1;whiteSpace=wrap;connectable=0;fillColor=none;top=0;left=0;bottom=0;right=0;align=left;spacingLeft=6;overflow=hidden;" parent="1nZcA1wN6kb1lDq_q75q-4" vertex="1">
                    <mxGeometry x="47" width="163" height="30" as="geometry">
                        <mxRectangle width="163" height="30" as="alternateBounds"/>
                    </mxGeometry>
                </mxCell>
                <mxCell id="EnvoA6NxCNI2YnVRdgfu-43" value="&lt;span style=&quot;font-family: &amp;quot;Google Sans&amp;quot;, Arial, sans-serif; margin: 0px; border-bottom: 0px rgb(10, 10, 10);&quot; data-copy-service-computed-style=&quot;font-family: Google Sans, Arial, sans-serif; font-size: 16px; font-weight: 700; margin: 0px; text-decoration: none; border-bottom: 0px rgb(10, 10, 10);&quot; data-complete=&quot;true&quot; data-sfc-cb=&quot;&quot; data-sfc-root=&quot;ep&quot; class=&quot;Yjhzub&quot;&gt;&lt;font style=&quot;font-size: 13px;&quot;&gt;unique business, retailer, or vendor&lt;/font&gt;&lt;/span&gt;" style="shape=note;whiteSpace=wrap;html=1;backgroundOutline=1;darkOpacity=0.05;size=21;" parent="1" vertex="1">
                    <mxGeometry x="635" y="420" width="80" height="100" as="geometry"/>
                </mxCell>
                <mxCell id="EnvoA6NxCNI2YnVRdgfu-44" value="merchants" style="shape=table;startSize=30;container=1;collapsible=0;childLayout=tableLayout;fixedRows=1;rowLines=0;fontStyle=1;" parent="1" vertex="1">
                    <mxGeometry x="440" y="420" width="195" height="210" as="geometry"/>
                </mxCell>
                <mxCell id="EnvoA6NxCNI2YnVRdgfu-45" value="" style="shape=tableRow;horizontal=0;startSize=0;swimlaneHead=0;swimlaneBody=0;top=0;left=0;bottom=0;right=0;collapsible=0;dropTarget=0;fillColor=none;points=[[0,0.5],[1,0.5]];portConstraint=eastwest;" parent="EnvoA6NxCNI2YnVRdgfu-44" vertex="1">
                    <mxGeometry y="30" width="195" height="30" as="geometry"/>
                </mxCell>
                <mxCell id="EnvoA6NxCNI2YnVRdgfu-46" value="PK" style="shape=partialRectangle;html=1;whiteSpace=wrap;connectable=0;fillColor=none;top=0;left=0;bottom=0;right=0;overflow=hidden;pointerEvents=1;" parent="EnvoA6NxCNI2YnVRdgfu-45" vertex="1">
                    <mxGeometry width="43" height="30" as="geometry">
                        <mxRectangle width="43" height="30" as="alternateBounds"/>
                    </mxGeometry>
                </mxCell>
                <mxCell id="EnvoA6NxCNI2YnVRdgfu-47" value="merchant_id: SERIAL" style="shape=partialRectangle;html=1;whiteSpace=wrap;connectable=0;fillColor=none;top=0;left=0;bottom=0;right=0;align=left;spacingLeft=6;overflow=hidden;fontStyle=1" parent="EnvoA6NxCNI2YnVRdgfu-45" vertex="1">
                    <mxGeometry x="43" width="152" height="30" as="geometry">
                        <mxRectangle width="152" height="30" as="alternateBounds"/>
                    </mxGeometry>
                </mxCell>
                <mxCell id="EnvoA6NxCNI2YnVRdgfu-48" value="" style="shape=tableRow;horizontal=0;startSize=0;swimlaneHead=0;swimlaneBody=0;top=0;left=0;bottom=0;right=0;collapsible=0;dropTarget=0;fillColor=none;points=[[0,0.5],[1,0.5]];portConstraint=eastwest;" parent="EnvoA6NxCNI2YnVRdgfu-44" vertex="1">
                    <mxGeometry y="60" width="195" height="30" as="geometry"/>
                </mxCell>
                <mxCell id="EnvoA6NxCNI2YnVRdgfu-49" value="" style="shape=partialRectangle;html=1;whiteSpace=wrap;connectable=0;fillColor=none;top=0;left=0;bottom=0;right=0;overflow=hidden;" parent="EnvoA6NxCNI2YnVRdgfu-48" vertex="1">
                    <mxGeometry width="43" height="30" as="geometry">
                        <mxRectangle width="43" height="30" as="alternateBounds"/>
                    </mxGeometry>
                </mxCell>
                <mxCell id="EnvoA6NxCNI2YnVRdgfu-50" value="id_number: VARCHAR" style="shape=partialRectangle;html=1;whiteSpace=wrap;connectable=0;fillColor=none;top=0;left=0;bottom=0;right=0;align=left;spacingLeft=6;overflow=hidden;" parent="EnvoA6NxCNI2YnVRdgfu-48" vertex="1">
                    <mxGeometry x="43" width="152" height="30" as="geometry">
                        <mxRectangle width="152" height="30" as="alternateBounds"/>
                    </mxGeometry>
                </mxCell>
                <mxCell id="EnvoA6NxCNI2YnVRdgfu-51" value="" style="shape=tableRow;horizontal=0;startSize=0;swimlaneHead=0;swimlaneBody=0;top=0;left=0;bottom=0;right=0;collapsible=0;dropTarget=0;fillColor=none;points=[[0,0.5],[1,0.5]];portConstraint=eastwest;" parent="EnvoA6NxCNI2YnVRdgfu-44" vertex="1">
                    <mxGeometry y="90" width="195" height="30" as="geometry"/>
                </mxCell>
                <mxCell id="EnvoA6NxCNI2YnVRdgfu-52" value="" style="shape=partialRectangle;html=1;whiteSpace=wrap;connectable=0;fillColor=none;top=0;left=0;bottom=0;right=0;overflow=hidden;" parent="EnvoA6NxCNI2YnVRdgfu-51" vertex="1">
                    <mxGeometry width="43" height="30" as="geometry">
                        <mxRectangle width="43" height="30" as="alternateBounds"/>
                    </mxGeometry>
                </mxCell>
                <mxCell id="EnvoA6NxCNI2YnVRdgfu-53" value="name: VARCHAR" style="shape=partialRectangle;html=1;whiteSpace=wrap;connectable=0;fillColor=none;top=0;left=0;bottom=0;right=0;align=left;spacingLeft=6;overflow=hidden;" parent="EnvoA6NxCNI2YnVRdgfu-51" vertex="1">
                    <mxGeometry x="43" width="152" height="30" as="geometry">
                        <mxRectangle width="152" height="30" as="alternateBounds"/>
                    </mxGeometry>
                </mxCell>
                <mxCell id="EnvoA6NxCNI2YnVRdgfu-54" value="" style="shape=tableRow;horizontal=0;startSize=0;swimlaneHead=0;swimlaneBody=0;top=0;left=0;bottom=0;right=0;collapsible=0;dropTarget=0;fillColor=none;points=[[0,0.5],[1,0.5]];portConstraint=eastwest;" parent="EnvoA6NxCNI2YnVRdgfu-44" vertex="1">
                    <mxGeometry y="120" width="195" height="30" as="geometry"/>
                </mxCell>
                <mxCell id="EnvoA6NxCNI2YnVRdgfu-55" value="" style="shape=partialRectangle;html=1;whiteSpace=wrap;connectable=0;fillColor=none;top=0;left=0;bottom=0;right=0;overflow=hidden;" parent="EnvoA6NxCNI2YnVRdgfu-54" vertex="1">
                    <mxGeometry width="43" height="30" as="geometry">
                        <mxRectangle width="43" height="30" as="alternateBounds"/>
                    </mxGeometry>
                </mxCell>
                <mxCell id="EnvoA6NxCNI2YnVRdgfu-56" value="address: VARCHAR" style="shape=partialRectangle;html=1;whiteSpace=wrap;connectable=0;fillColor=none;top=0;left=0;bottom=0;right=0;align=left;spacingLeft=6;overflow=hidden;" parent="EnvoA6NxCNI2YnVRdgfu-54" vertex="1">
                    <mxGeometry x="43" width="152" height="30" as="geometry">
                        <mxRectangle width="152" height="30" as="alternateBounds"/>
                    </mxGeometry>
                </mxCell>
                <mxCell id="EnvoA6NxCNI2YnVRdgfu-132" value="" style="shape=tableRow;horizontal=0;startSize=0;swimlaneHead=0;swimlaneBody=0;top=0;left=0;bottom=0;right=0;collapsible=0;dropTarget=0;fillColor=none;points=[[0,0.5],[1,0.5]];portConstraint=eastwest;" parent="EnvoA6NxCNI2YnVRdgfu-44" vertex="1">
                    <mxGeometry y="150" width="195" height="30" as="geometry"/>
                </mxCell>
                <mxCell id="EnvoA6NxCNI2YnVRdgfu-133" value="" style="shape=partialRectangle;html=1;whiteSpace=wrap;connectable=0;fillColor=none;top=0;left=0;bottom=0;right=0;overflow=hidden;" parent="EnvoA6NxCNI2YnVRdgfu-132" vertex="1">
                    <mxGeometry width="43" height="30" as="geometry">
                        <mxRectangle width="43" height="30" as="alternateBounds"/>
                    </mxGeometry>
                </mxCell>
                <mxCell id="EnvoA6NxCNI2YnVRdgfu-134" value="created_at: TIMESTAMP" style="shape=partialRectangle;html=1;whiteSpace=wrap;connectable=0;fillColor=none;top=0;left=0;bottom=0;right=0;align=left;spacingLeft=6;overflow=hidden;" parent="EnvoA6NxCNI2YnVRdgfu-132" vertex="1">
                    <mxGeometry x="43" width="152" height="30" as="geometry">
                        <mxRectangle width="152" height="30" as="alternateBounds"/>
                    </mxGeometry>
                </mxCell>
                <mxCell id="EnvoA6NxCNI2YnVRdgfu-135" value="" style="shape=tableRow;horizontal=0;startSize=0;swimlaneHead=0;swimlaneBody=0;top=0;left=0;bottom=0;right=0;collapsible=0;dropTarget=0;fillColor=none;points=[[0,0.5],[1,0.5]];portConstraint=eastwest;" parent="EnvoA6NxCNI2YnVRdgfu-44" vertex="1">
                    <mxGeometry y="180" width="195" height="30" as="geometry"/>
                </mxCell>
                <mxCell id="EnvoA6NxCNI2YnVRdgfu-136" value="" style="shape=partialRectangle;html=1;whiteSpace=wrap;connectable=0;fillColor=none;top=0;left=0;bottom=0;right=0;overflow=hidden;" parent="EnvoA6NxCNI2YnVRdgfu-135" vertex="1">
                    <mxGeometry width="43" height="30" as="geometry">
                        <mxRectangle width="43" height="30" as="alternateBounds"/>
                    </mxGeometry>
                </mxCell>
                <mxCell id="EnvoA6NxCNI2YnVRdgfu-137" value="updated_at: TIMESTAMP" style="shape=partialRectangle;html=1;whiteSpace=wrap;connectable=0;fillColor=none;top=0;left=0;bottom=0;right=0;align=left;spacingLeft=6;overflow=hidden;" parent="EnvoA6NxCNI2YnVRdgfu-135" vertex="1">
                    <mxGeometry x="43" width="152" height="30" as="geometry">
                        <mxRectangle width="152" height="30" as="alternateBounds"/>
                    </mxGeometry>
                </mxCell>
                <mxCell id="EnvoA6NxCNI2YnVRdgfu-57" value="installments" style="shape=table;startSize=30;container=1;collapsible=0;childLayout=tableLayout;fixedRows=1;rowLines=0;fontStyle=1;" parent="1" vertex="1">
                    <mxGeometry x="70" y="435" width="250" height="300" as="geometry"/>
                </mxCell>
                <mxCell id="EnvoA6NxCNI2YnVRdgfu-58" value="" style="shape=tableRow;horizontal=0;startSize=0;swimlaneHead=0;swimlaneBody=0;top=0;left=0;bottom=0;right=0;collapsible=0;dropTarget=0;fillColor=none;points=[[0,0.5],[1,0.5]];portConstraint=eastwest;" parent="EnvoA6NxCNI2YnVRdgfu-57" vertex="1">
                    <mxGeometry y="30" width="250" height="30" as="geometry"/>
                </mxCell>
                <mxCell id="EnvoA6NxCNI2YnVRdgfu-59" value="PK" style="shape=partialRectangle;html=1;whiteSpace=wrap;connectable=0;fillColor=none;top=0;left=0;bottom=0;right=0;overflow=hidden;pointerEvents=1;" parent="EnvoA6NxCNI2YnVRdgfu-58" vertex="1">
                    <mxGeometry width="55" height="30" as="geometry">
                        <mxRectangle width="55" height="30" as="alternateBounds"/>
                    </mxGeometry>
                </mxCell>
                <mxCell id="EnvoA6NxCNI2YnVRdgfu-60" value="installment_id: SERIAL" style="shape=partialRectangle;html=1;whiteSpace=wrap;connectable=0;fillColor=none;top=0;left=0;bottom=0;right=0;align=left;spacingLeft=6;overflow=hidden;fontStyle=1" parent="EnvoA6NxCNI2YnVRdgfu-58" vertex="1">
                    <mxGeometry x="55" width="195" height="30" as="geometry">
                        <mxRectangle width="195" height="30" as="alternateBounds"/>
                    </mxGeometry>
                </mxCell>
                <mxCell id="EnvoA6NxCNI2YnVRdgfu-61" value="" style="shape=tableRow;horizontal=0;startSize=0;swimlaneHead=0;swimlaneBody=0;top=0;left=0;bottom=0;right=0;collapsible=0;dropTarget=0;fillColor=none;points=[[0,0.5],[1,0.5]];portConstraint=eastwest;" parent="EnvoA6NxCNI2YnVRdgfu-57" vertex="1">
                    <mxGeometry y="60" width="250" height="30" as="geometry"/>
                </mxCell>
                <mxCell id="EnvoA6NxCNI2YnVRdgfu-62" value="FK" style="shape=partialRectangle;html=1;whiteSpace=wrap;connectable=0;fillColor=none;top=0;left=0;bottom=0;right=0;overflow=hidden;" parent="EnvoA6NxCNI2YnVRdgfu-61" vertex="1">
                    <mxGeometry width="55" height="30" as="geometry">
                        <mxRectangle width="55" height="30" as="alternateBounds"/>
                    </mxGeometry>
                </mxCell>
                <mxCell id="EnvoA6NxCNI2YnVRdgfu-63" value="&lt;u&gt;purchase_id&lt;/u&gt;: INT" style="shape=partialRectangle;html=1;whiteSpace=wrap;connectable=0;fillColor=none;top=0;left=0;bottom=0;right=0;align=left;spacingLeft=6;overflow=hidden;" parent="EnvoA6NxCNI2YnVRdgfu-61" vertex="1">
                    <mxGeometry x="55" width="195" height="30" as="geometry">
                        <mxRectangle width="195" height="30" as="alternateBounds"/>
                    </mxGeometry>
                </mxCell>
                <mxCell id="EnvoA6NxCNI2YnVRdgfu-64" value="" style="shape=tableRow;horizontal=0;startSize=0;swimlaneHead=0;swimlaneBody=0;top=0;left=0;bottom=0;right=0;collapsible=0;dropTarget=0;fillColor=none;points=[[0,0.5],[1,0.5]];portConstraint=eastwest;" parent="EnvoA6NxCNI2YnVRdgfu-57" vertex="1">
                    <mxGeometry y="90" width="250" height="30" as="geometry"/>
                </mxCell>
                <mxCell id="EnvoA6NxCNI2YnVRdgfu-65" value="" style="shape=partialRectangle;html=1;whiteSpace=wrap;connectable=0;fillColor=none;top=0;left=0;bottom=0;right=0;overflow=hidden;" parent="EnvoA6NxCNI2YnVRdgfu-64" vertex="1">
                    <mxGeometry width="55" height="30" as="geometry">
                        <mxRectangle width="55" height="30" as="alternateBounds"/>
                    </mxGeometry>
                </mxCell>
                <mxCell id="EnvoA6NxCNI2YnVRdgfu-66" value="due_date: DATE" style="shape=partialRectangle;html=1;whiteSpace=wrap;connectable=0;fillColor=none;top=0;left=0;bottom=0;right=0;align=left;spacingLeft=6;overflow=hidden;" parent="EnvoA6NxCNI2YnVRdgfu-64" vertex="1">
                    <mxGeometry x="55" width="195" height="30" as="geometry">
                        <mxRectangle width="195" height="30" as="alternateBounds"/>
                    </mxGeometry>
                </mxCell>
                <mxCell id="EnvoA6NxCNI2YnVRdgfu-67" value="" style="shape=tableRow;horizontal=0;startSize=0;swimlaneHead=0;swimlaneBody=0;top=0;left=0;bottom=0;right=0;collapsible=0;dropTarget=0;fillColor=none;points=[[0,0.5],[1,0.5]];portConstraint=eastwest;" parent="EnvoA6NxCNI2YnVRdgfu-57" vertex="1">
                    <mxGeometry y="120" width="250" height="30" as="geometry"/>
                </mxCell>
                <mxCell id="EnvoA6NxCNI2YnVRdgfu-68" value="" style="shape=partialRectangle;html=1;whiteSpace=wrap;connectable=0;fillColor=none;top=0;left=0;bottom=0;right=0;overflow=hidden;" parent="EnvoA6NxCNI2YnVRdgfu-67" vertex="1">
                    <mxGeometry width="55" height="30" as="geometry">
                        <mxRectangle width="55" height="30" as="alternateBounds"/>
                    </mxGeometry>
                </mxCell>
                <mxCell id="EnvoA6NxCNI2YnVRdgfu-69" value="capital_value: FLOAT" style="shape=partialRectangle;html=1;whiteSpace=wrap;connectable=0;fillColor=none;top=0;left=0;bottom=0;right=0;align=left;spacingLeft=6;overflow=hidden;" parent="EnvoA6NxCNI2YnVRdgfu-67" vertex="1">
                    <mxGeometry x="55" width="195" height="30" as="geometry">
                        <mxRectangle width="195" height="30" as="alternateBounds"/>
                    </mxGeometry>
                </mxCell>
                <mxCell id="EnvoA6NxCNI2YnVRdgfu-152" value="" style="shape=tableRow;horizontal=0;startSize=0;swimlaneHead=0;swimlaneBody=0;top=0;left=0;bottom=0;right=0;collapsible=0;dropTarget=0;fillColor=none;points=[[0,0.5],[1,0.5]];portConstraint=eastwest;" parent="EnvoA6NxCNI2YnVRdgfu-57" vertex="1">
                    <mxGeometry y="150" width="250" height="30" as="geometry"/>
                </mxCell>
                <mxCell id="EnvoA6NxCNI2YnVRdgfu-153" value="" style="shape=partialRectangle;html=1;whiteSpace=wrap;connectable=0;fillColor=none;top=0;left=0;bottom=0;right=0;overflow=hidden;" parent="EnvoA6NxCNI2YnVRdgfu-152" vertex="1">
                    <mxGeometry width="55" height="30" as="geometry">
                        <mxRectangle width="55" height="30" as="alternateBounds"/>
                    </mxGeometry>
                </mxCell>
                <mxCell id="EnvoA6NxCNI2YnVRdgfu-154" value="interest_value: FLOAT" style="shape=partialRectangle;html=1;whiteSpace=wrap;connectable=0;fillColor=none;top=0;left=0;bottom=0;right=0;align=left;spacingLeft=6;overflow=hidden;" parent="EnvoA6NxCNI2YnVRdgfu-152" vertex="1">
                    <mxGeometry x="55" width="195" height="30" as="geometry">
                        <mxRectangle width="195" height="30" as="alternateBounds"/>
                    </mxGeometry>
                </mxCell>
                <mxCell id="EnvoA6NxCNI2YnVRdgfu-155" value="" style="shape=tableRow;horizontal=0;startSize=0;swimlaneHead=0;swimlaneBody=0;top=0;left=0;bottom=0;right=0;collapsible=0;dropTarget=0;fillColor=none;points=[[0,0.5],[1,0.5]];portConstraint=eastwest;" parent="EnvoA6NxCNI2YnVRdgfu-57" vertex="1">
                    <mxGeometry y="180" width="250" height="30" as="geometry"/>
                </mxCell>
                <mxCell id="EnvoA6NxCNI2YnVRdgfu-156" value="" style="shape=partialRectangle;html=1;whiteSpace=wrap;connectable=0;fillColor=none;top=0;left=0;bottom=0;right=0;overflow=hidden;" parent="EnvoA6NxCNI2YnVRdgfu-155" vertex="1">
                    <mxGeometry width="55" height="30" as="geometry">
                        <mxRectangle width="55" height="30" as="alternateBounds"/>
                    </mxGeometry>
                </mxCell>
                <mxCell id="EnvoA6NxCNI2YnVRdgfu-157" value="total_value: GENERATED FLOAT" style="shape=partialRectangle;html=1;whiteSpace=wrap;connectable=0;fillColor=none;top=0;left=0;bottom=0;right=0;align=left;spacingLeft=6;overflow=hidden;" parent="EnvoA6NxCNI2YnVRdgfu-155" vertex="1">
                    <mxGeometry x="55" width="195" height="30" as="geometry">
                        <mxRectangle width="195" height="30" as="alternateBounds"/>
                    </mxGeometry>
                </mxCell>
                <mxCell id="EnvoA6NxCNI2YnVRdgfu-108" value="" style="shape=tableRow;horizontal=0;startSize=0;swimlaneHead=0;swimlaneBody=0;top=0;left=0;bottom=0;right=0;collapsible=0;dropTarget=0;fillColor=none;points=[[0,0.5],[1,0.5]];portConstraint=eastwest;" parent="EnvoA6NxCNI2YnVRdgfu-57" vertex="1">
                    <mxGeometry y="210" width="250" height="30" as="geometry"/>
                </mxCell>
                <mxCell id="EnvoA6NxCNI2YnVRdgfu-109" value="" style="shape=partialRectangle;html=1;whiteSpace=wrap;connectable=0;fillColor=none;top=0;left=0;bottom=0;right=0;overflow=hidden;" parent="EnvoA6NxCNI2YnVRdgfu-108" vertex="1">
                    <mxGeometry width="55" height="30" as="geometry">
                        <mxRectangle width="55" height="30" as="alternateBounds"/>
                    </mxGeometry>
                </mxCell>
                <mxCell id="EnvoA6NxCNI2YnVRdgfu-110" value="status: VARCHAR" style="shape=partialRectangle;html=1;whiteSpace=wrap;connectable=0;fillColor=none;top=0;left=0;bottom=0;right=0;align=left;spacingLeft=6;overflow=hidden;" parent="EnvoA6NxCNI2YnVRdgfu-108" vertex="1">
                    <mxGeometry x="55" width="195" height="30" as="geometry">
                        <mxRectangle width="195" height="30" as="alternateBounds"/>
                    </mxGeometry>
                </mxCell>
                <mxCell id="EnvoA6NxCNI2YnVRdgfu-138" value="" style="shape=tableRow;horizontal=0;startSize=0;swimlaneHead=0;swimlaneBody=0;top=0;left=0;bottom=0;right=0;collapsible=0;dropTarget=0;fillColor=none;points=[[0,0.5],[1,0.5]];portConstraint=eastwest;" parent="EnvoA6NxCNI2YnVRdgfu-57" vertex="1">
                    <mxGeometry y="240" width="250" height="30" as="geometry"/>
                </mxCell>
                <mxCell id="EnvoA6NxCNI2YnVRdgfu-139" value="" style="shape=partialRectangle;html=1;whiteSpace=wrap;connectable=0;fillColor=none;top=0;left=0;bottom=0;right=0;overflow=hidden;" parent="EnvoA6NxCNI2YnVRdgfu-138" vertex="1">
                    <mxGeometry width="55" height="30" as="geometry">
                        <mxRectangle width="55" height="30" as="alternateBounds"/>
                    </mxGeometry>
                </mxCell>
                <mxCell id="EnvoA6NxCNI2YnVRdgfu-140" value="created_at: TIMESTAMP" style="shape=partialRectangle;html=1;whiteSpace=wrap;connectable=0;fillColor=none;top=0;left=0;bottom=0;right=0;align=left;spacingLeft=6;overflow=hidden;" parent="EnvoA6NxCNI2YnVRdgfu-138" vertex="1">
                    <mxGeometry x="55" width="195" height="30" as="geometry">
                        <mxRectangle width="195" height="30" as="alternateBounds"/>
                    </mxGeometry>
                </mxCell>
                <mxCell id="EnvoA6NxCNI2YnVRdgfu-141" value="" style="shape=tableRow;horizontal=0;startSize=0;swimlaneHead=0;swimlaneBody=0;top=0;left=0;bottom=0;right=0;collapsible=0;dropTarget=0;fillColor=none;points=[[0,0.5],[1,0.5]];portConstraint=eastwest;" parent="EnvoA6NxCNI2YnVRdgfu-57" vertex="1">
                    <mxGeometry y="270" width="250" height="30" as="geometry"/>
                </mxCell>
                <mxCell id="EnvoA6NxCNI2YnVRdgfu-142" value="" style="shape=partialRectangle;html=1;whiteSpace=wrap;connectable=0;fillColor=none;top=0;left=0;bottom=0;right=0;overflow=hidden;" parent="EnvoA6NxCNI2YnVRdgfu-141" vertex="1">
                    <mxGeometry width="55" height="30" as="geometry">
                        <mxRectangle width="55" height="30" as="alternateBounds"/>
                    </mxGeometry>
                </mxCell>
                <mxCell id="EnvoA6NxCNI2YnVRdgfu-143" value="updated_at: TIMESTAMP" style="shape=partialRectangle;html=1;whiteSpace=wrap;connectable=0;fillColor=none;top=0;left=0;bottom=0;right=0;align=left;spacingLeft=6;overflow=hidden;" parent="EnvoA6NxCNI2YnVRdgfu-141" vertex="1">
                    <mxGeometry x="55" width="195" height="30" as="geometry">
                        <mxRectangle width="195" height="30" as="alternateBounds"/>
                    </mxGeometry>
                </mxCell>
                <mxCell id="EnvoA6NxCNI2YnVRdgfu-111" value="Pending&lt;br&gt;Late&lt;br&gt;Paid" style="shape=note;whiteSpace=wrap;html=1;backgroundOutline=1;darkOpacity=0.05;fontSize=13;size=18;" parent="1" vertex="1">
                    <mxGeometry x="290" y="645" width="80" height="90" as="geometry"/>
                </mxCell>
                <mxCell id="EnvoA6NxCNI2YnVRdgfu-112" style="edgeStyle=none;html=1;exitX=0;exitY=0.5;exitDx=0;exitDy=0;entryX=1;entryY=0.5;entryDx=0;entryDy=0;fontSize=13;endArrow=none;endFill=0;startArrow=ERmany;startFill=0;" parent="1" source="EnvoA6NxCNI2YnVRdgfu-22" target="EnvoA6NxCNI2YnVRdgfu-6" edge="1">
                    <mxGeometry relative="1" as="geometry"/>
                </mxCell>
                <mxCell id="EnvoA6NxCNI2YnVRdgfu-113" style="edgeStyle=none;html=1;exitX=0;exitY=0.5;exitDx=0;exitDy=0;entryX=0;entryY=0.5;entryDx=0;entryDy=0;fontSize=13;startArrow=ERmany;startFill=0;endArrow=none;endFill=0;curved=1;" parent="1" source="EnvoA6NxCNI2YnVRdgfu-25" target="EnvoA6NxCNI2YnVRdgfu-45" edge="1">
                    <mxGeometry relative="1" as="geometry">
                        <Array as="points">
                            <mxPoint x="300" y="220"/>
                        </Array>
                    </mxGeometry>
                </mxCell>
                <mxCell id="EnvoA6NxCNI2YnVRdgfu-115" style="edgeStyle=none;html=1;exitX=0;exitY=0.5;exitDx=0;exitDy=0;entryX=0;entryY=0.5;entryDx=0;entryDy=0;fontSize=13;startArrow=ERmany;startFill=0;endArrow=none;endFill=0;rounded=0;" parent="1" source="EnvoA6NxCNI2YnVRdgfu-61" target="EnvoA6NxCNI2YnVRdgfu-19" edge="1">
                    <mxGeometry relative="1" as="geometry">
                        <Array as="points">
                            <mxPoint x="10" y="510"/>
                            <mxPoint x="10" y="390"/>
                            <mxPoint x="250" y="390"/>
                        </Array>
                    </mxGeometry>
                </mxCell>
                <mxCell id="EnvoA6NxCNI2YnVRdgfu-116" value="payments" style="shape=table;startSize=30;container=1;collapsible=0;childLayout=tableLayout;fixedRows=1;rowLines=0;fontStyle=1;" parent="1" vertex="1">
                    <mxGeometry x="60" y="780" width="250" height="210" as="geometry"/>
                </mxCell>
                <mxCell id="EnvoA6NxCNI2YnVRdgfu-117" value="" style="shape=tableRow;horizontal=0;startSize=0;swimlaneHead=0;swimlaneBody=0;top=0;left=0;bottom=0;right=0;collapsible=0;dropTarget=0;fillColor=none;points=[[0,0.5],[1,0.5]];portConstraint=eastwest;" parent="EnvoA6NxCNI2YnVRdgfu-116" vertex="1">
                    <mxGeometry y="30" width="250" height="30" as="geometry"/>
                </mxCell>
                <mxCell id="EnvoA6NxCNI2YnVRdgfu-118" value="PK" style="shape=partialRectangle;html=1;whiteSpace=wrap;connectable=0;fillColor=none;top=0;left=0;bottom=0;right=0;overflow=hidden;pointerEvents=1;" parent="EnvoA6NxCNI2YnVRdgfu-117" vertex="1">
                    <mxGeometry width="55" height="30" as="geometry">
                        <mxRectangle width="55" height="30" as="alternateBounds"/>
                    </mxGeometry>
                </mxCell>
                <mxCell id="EnvoA6NxCNI2YnVRdgfu-119" value="payment_id: SERIAL" style="shape=partialRectangle;html=1;whiteSpace=wrap;connectable=0;fillColor=none;top=0;left=0;bottom=0;right=0;align=left;spacingLeft=6;overflow=hidden;fontStyle=1" parent="EnvoA6NxCNI2YnVRdgfu-117" vertex="1">
                    <mxGeometry x="55" width="195" height="30" as="geometry">
                        <mxRectangle width="195" height="30" as="alternateBounds"/>
                    </mxGeometry>
                </mxCell>
                <mxCell id="EnvoA6NxCNI2YnVRdgfu-120" value="" style="shape=tableRow;horizontal=0;startSize=0;swimlaneHead=0;swimlaneBody=0;top=0;left=0;bottom=0;right=0;collapsible=0;dropTarget=0;fillColor=none;points=[[0,0.5],[1,0.5]];portConstraint=eastwest;" parent="EnvoA6NxCNI2YnVRdgfu-116" vertex="1">
                    <mxGeometry y="60" width="250" height="30" as="geometry"/>
                </mxCell>
                <mxCell id="EnvoA6NxCNI2YnVRdgfu-121" value="FK" style="shape=partialRectangle;html=1;whiteSpace=wrap;connectable=0;fillColor=none;top=0;left=0;bottom=0;right=0;overflow=hidden;" parent="EnvoA6NxCNI2YnVRdgfu-120" vertex="1">
                    <mxGeometry width="55" height="30" as="geometry">
                        <mxRectangle width="55" height="30" as="alternateBounds"/>
                    </mxGeometry>
                </mxCell>
                <mxCell id="EnvoA6NxCNI2YnVRdgfu-122" value="&lt;u&gt;installment_id&lt;/u&gt;: INT" style="shape=partialRectangle;html=1;whiteSpace=wrap;connectable=0;fillColor=none;top=0;left=0;bottom=0;right=0;align=left;spacingLeft=6;overflow=hidden;" parent="EnvoA6NxCNI2YnVRdgfu-120" vertex="1">
                    <mxGeometry x="55" width="195" height="30" as="geometry">
                        <mxRectangle width="195" height="30" as="alternateBounds"/>
                    </mxGeometry>
                </mxCell>
                <mxCell id="EnvoA6NxCNI2YnVRdgfu-123" value="" style="shape=tableRow;horizontal=0;startSize=0;swimlaneHead=0;swimlaneBody=0;top=0;left=0;bottom=0;right=0;collapsible=0;dropTarget=0;fillColor=none;points=[[0,0.5],[1,0.5]];portConstraint=eastwest;" parent="EnvoA6NxCNI2YnVRdgfu-116" vertex="1">
                    <mxGeometry y="90" width="250" height="30" as="geometry"/>
                </mxCell>
                <mxCell id="EnvoA6NxCNI2YnVRdgfu-124" value="" style="shape=partialRectangle;html=1;whiteSpace=wrap;connectable=0;fillColor=none;top=0;left=0;bottom=0;right=0;overflow=hidden;" parent="EnvoA6NxCNI2YnVRdgfu-123" vertex="1">
                    <mxGeometry width="55" height="30" as="geometry">
                        <mxRectangle width="55" height="30" as="alternateBounds"/>
                    </mxGeometry>
                </mxCell>
                <mxCell id="EnvoA6NxCNI2YnVRdgfu-125" value="payment_date: DATE" style="shape=partialRectangle;html=1;whiteSpace=wrap;connectable=0;fillColor=none;top=0;left=0;bottom=0;right=0;align=left;spacingLeft=6;overflow=hidden;" parent="EnvoA6NxCNI2YnVRdgfu-123" vertex="1">
                    <mxGeometry x="55" width="195" height="30" as="geometry">
                        <mxRectangle width="195" height="30" as="alternateBounds"/>
                    </mxGeometry>
                </mxCell>
                <mxCell id="EnvoA6NxCNI2YnVRdgfu-126" value="" style="shape=tableRow;horizontal=0;startSize=0;swimlaneHead=0;swimlaneBody=0;top=0;left=0;bottom=0;right=0;collapsible=0;dropTarget=0;fillColor=none;points=[[0,0.5],[1,0.5]];portConstraint=eastwest;" parent="EnvoA6NxCNI2YnVRdgfu-116" vertex="1">
                    <mxGeometry y="120" width="250" height="30" as="geometry"/>
                </mxCell>
                <mxCell id="EnvoA6NxCNI2YnVRdgfu-127" value="" style="shape=partialRectangle;html=1;whiteSpace=wrap;connectable=0;fillColor=none;top=0;left=0;bottom=0;right=0;overflow=hidden;" parent="EnvoA6NxCNI2YnVRdgfu-126" vertex="1">
                    <mxGeometry width="55" height="30" as="geometry">
                        <mxRectangle width="55" height="30" as="alternateBounds"/>
                    </mxGeometry>
                </mxCell>
                <mxCell id="EnvoA6NxCNI2YnVRdgfu-128" value="amount: FLOAT" style="shape=partialRectangle;html=1;whiteSpace=wrap;connectable=0;fillColor=none;top=0;left=0;bottom=0;right=0;align=left;spacingLeft=6;overflow=hidden;" parent="EnvoA6NxCNI2YnVRdgfu-126" vertex="1">
                    <mxGeometry x="55" width="195" height="30" as="geometry">
                        <mxRectangle width="195" height="30" as="alternateBounds"/>
                    </mxGeometry>
                </mxCell>
                <mxCell id="EnvoA6NxCNI2YnVRdgfu-129" value="" style="shape=tableRow;horizontal=0;startSize=0;swimlaneHead=0;swimlaneBody=0;top=0;left=0;bottom=0;right=0;collapsible=0;dropTarget=0;fillColor=none;points=[[0,0.5],[1,0.5]];portConstraint=eastwest;" parent="EnvoA6NxCNI2YnVRdgfu-116" vertex="1">
                    <mxGeometry y="150" width="250" height="30" as="geometry"/>
                </mxCell>
                <mxCell id="EnvoA6NxCNI2YnVRdgfu-130" value="" style="shape=partialRectangle;html=1;whiteSpace=wrap;connectable=0;fillColor=none;top=0;left=0;bottom=0;right=0;overflow=hidden;" parent="EnvoA6NxCNI2YnVRdgfu-129" vertex="1">
                    <mxGeometry width="55" height="30" as="geometry">
                        <mxRectangle width="55" height="30" as="alternateBounds"/>
                    </mxGeometry>
                </mxCell>
                <mxCell id="EnvoA6NxCNI2YnVRdgfu-131" value="payment_method: VARCHAR" style="shape=partialRectangle;html=1;whiteSpace=wrap;connectable=0;fillColor=none;top=0;left=0;bottom=0;right=0;align=left;spacingLeft=6;overflow=hidden;" parent="EnvoA6NxCNI2YnVRdgfu-129" vertex="1">
                    <mxGeometry x="55" width="195" height="30" as="geometry">
                        <mxRectangle width="195" height="30" as="alternateBounds"/>
                    </mxGeometry>
                </mxCell>
                <mxCell id="EnvoA6NxCNI2YnVRdgfu-145" value="" style="shape=tableRow;horizontal=0;startSize=0;swimlaneHead=0;swimlaneBody=0;top=0;left=0;bottom=0;right=0;collapsible=0;dropTarget=0;fillColor=none;points=[[0,0.5],[1,0.5]];portConstraint=eastwest;" parent="EnvoA6NxCNI2YnVRdgfu-116" vertex="1">
                    <mxGeometry y="180" width="250" height="30" as="geometry"/>
                </mxCell>
                <mxCell id="EnvoA6NxCNI2YnVRdgfu-146" value="" style="shape=partialRectangle;html=1;whiteSpace=wrap;connectable=0;fillColor=none;top=0;left=0;bottom=0;right=0;overflow=hidden;" parent="EnvoA6NxCNI2YnVRdgfu-145" vertex="1">
                    <mxGeometry width="55" height="30" as="geometry">
                        <mxRectangle width="55" height="30" as="alternateBounds"/>
                    </mxGeometry>
                </mxCell>
                <mxCell id="EnvoA6NxCNI2YnVRdgfu-147" value="created_at: TIMESTAMP" style="shape=partialRectangle;html=1;whiteSpace=wrap;connectable=0;fillColor=none;top=0;left=0;bottom=0;right=0;align=left;spacingLeft=6;overflow=hidden;" parent="EnvoA6NxCNI2YnVRdgfu-145" vertex="1">
                    <mxGeometry x="55" width="195" height="30" as="geometry">
                        <mxRectangle width="195" height="30" as="alternateBounds"/>
                    </mxGeometry>
                </mxCell>
                <mxCell id="EnvoA6NxCNI2YnVRdgfu-151" style="edgeStyle=none;html=1;exitX=0;exitY=0.5;exitDx=0;exitDy=0;entryX=0;entryY=0.5;entryDx=0;entryDy=0;fontSize=13;startArrow=ERmany;startFill=0;endArrow=none;endFill=0;curved=1;" parent="1" source="EnvoA6NxCNI2YnVRdgfu-120" target="EnvoA6NxCNI2YnVRdgfu-58" edge="1">
                    <mxGeometry relative="1" as="geometry">
                        <Array as="points">
                            <mxPoint x="-10" y="660"/>
                        </Array>
                    </mxGeometry>
                </mxCell>
            </root>
        </mxGraphModel>
    </diagram>
    <diagram id="7PUo3HwHMaGDpgg02rnd" name="Silver">
        <mxGraphModel grid="1" page="1" gridSize="10" guides="1" tooltips="1" connect="1" arrows="1" fold="1" pageScale="1" pageWidth="850" pageHeight="1100" math="0" shadow="0">
            <root>
                <mxCell id="0"/>
                <mxCell id="1" parent="0"/>
            </root>
        </mxGraphModel>
    </diagram>
    <diagram id="KmHLoiFbaALvZDqFdr-O" name="Gold">
        <mxGraphModel grid="1" page="1" gridSize="10" guides="1" tooltips="1" connect="1" arrows="1" fold="1" pageScale="1" pageWidth="850" pageHeight="1100" math="0" shadow="0">
            <root>
                <mxCell id="0"/>
                <mxCell id="1" parent="0"/>
            </root>
        </mxGraphModel>
    </diagram>
</mxfile>